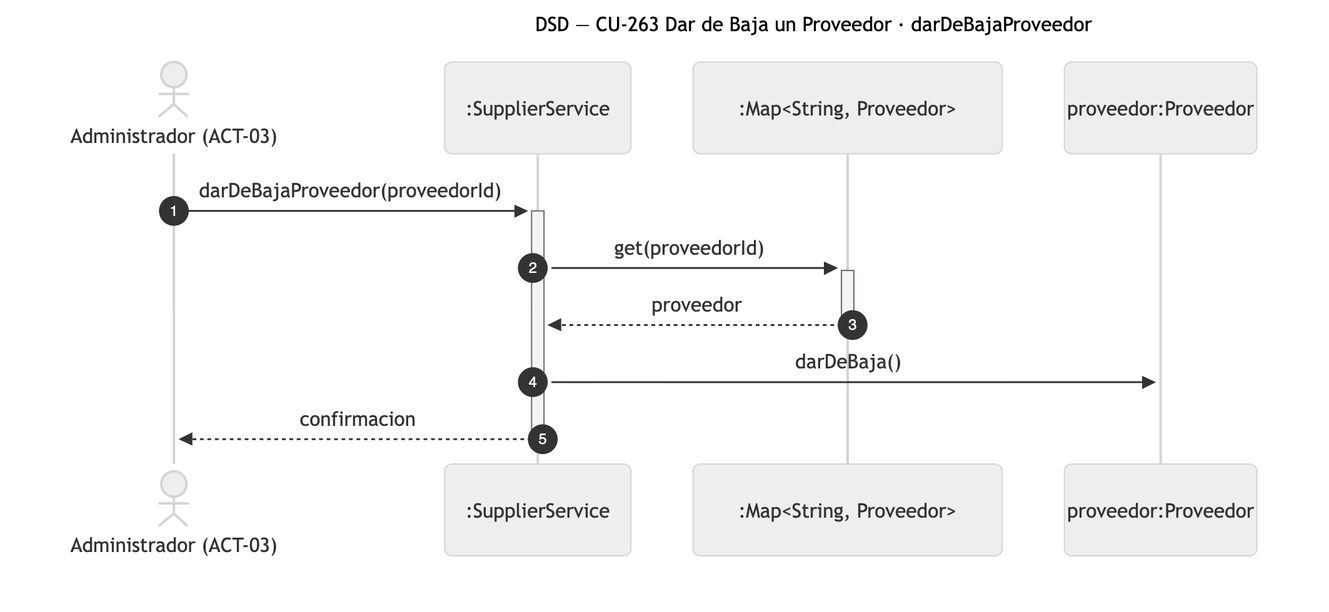
Above: diagramas/png/DSD_CU-263_darDeBajaProveedor.png in Nahuelito-Dev/splg-docs (Mermaid), before the change. Its source is kept beside it as diagramas/DSD_CU-263_darDeBajaProveedor.mmd. Its diagram source:
```mermaid
sequenceDiagram
    title DSD — CU-263 Dar de Baja un Proveedor · darDeBajaProveedor
    autonumber
    actor ADM as Administrador (ACT-03)
    participant SRV as :SupplierService
    participant COL as :Map#lt;String, Proveedor#gt;
    participant PRV as proveedor:Proveedor

    ADM->>+SRV: darDeBajaProveedor(proveedorId)
    SRV->>+COL: get(proveedorId)
    COL-->>-SRV: proveedor
    SRV->>PRV: darDeBaja()
    SRV-->>-ADM: confirmacion
```
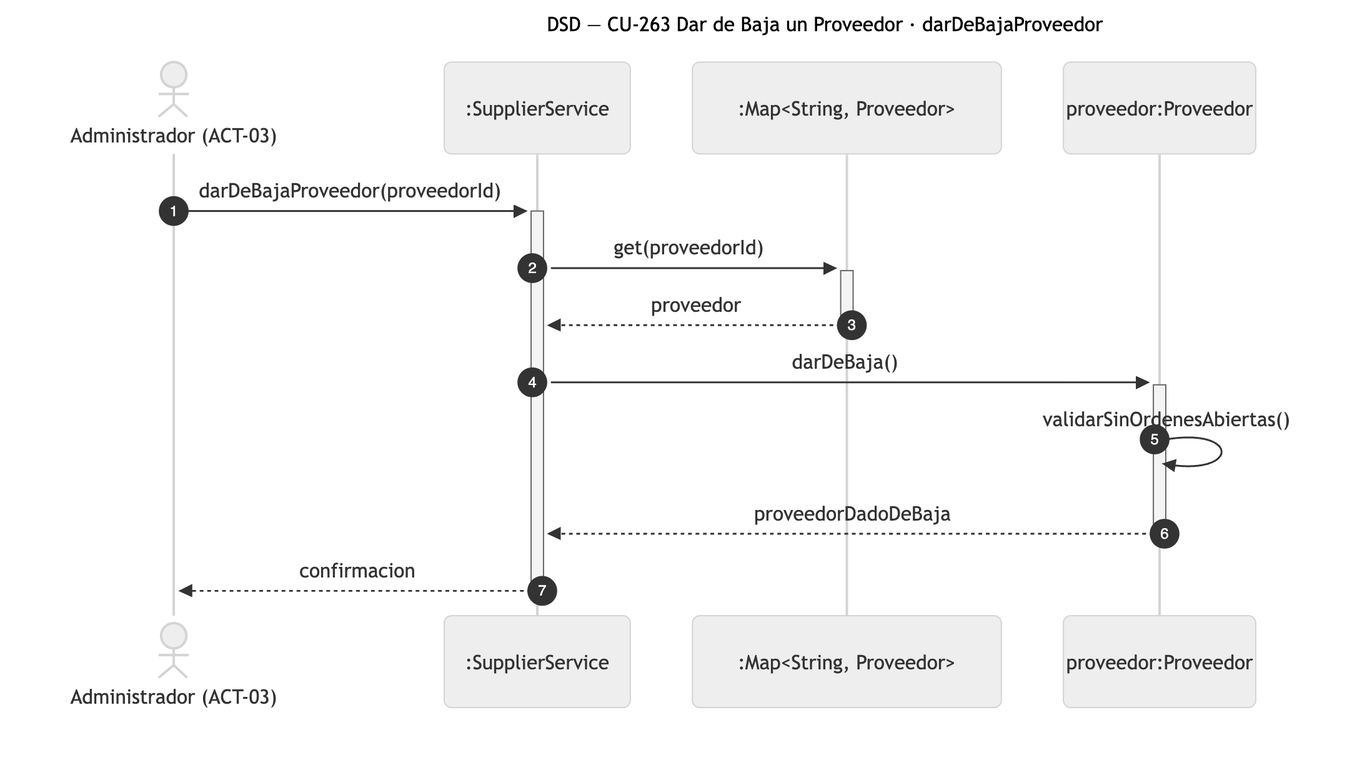
After the change.

What changed in the source:
```diff
@@ -9,5 +9,7 @@
     ADM->>+SRV: darDeBajaProveedor(proveedorId)
     SRV->>+COL: get(proveedorId)
     COL-->>-SRV: proveedor
-    SRV->>PRV: darDeBaja()
+    SRV->>+PRV: darDeBaja()
+    PRV->>PRV: validarSinOrdenesAbiertas()
+    PRV-->>-SRV: proveedorDadoDeBaja
     SRV-->>-ADM: confirmacion
```
